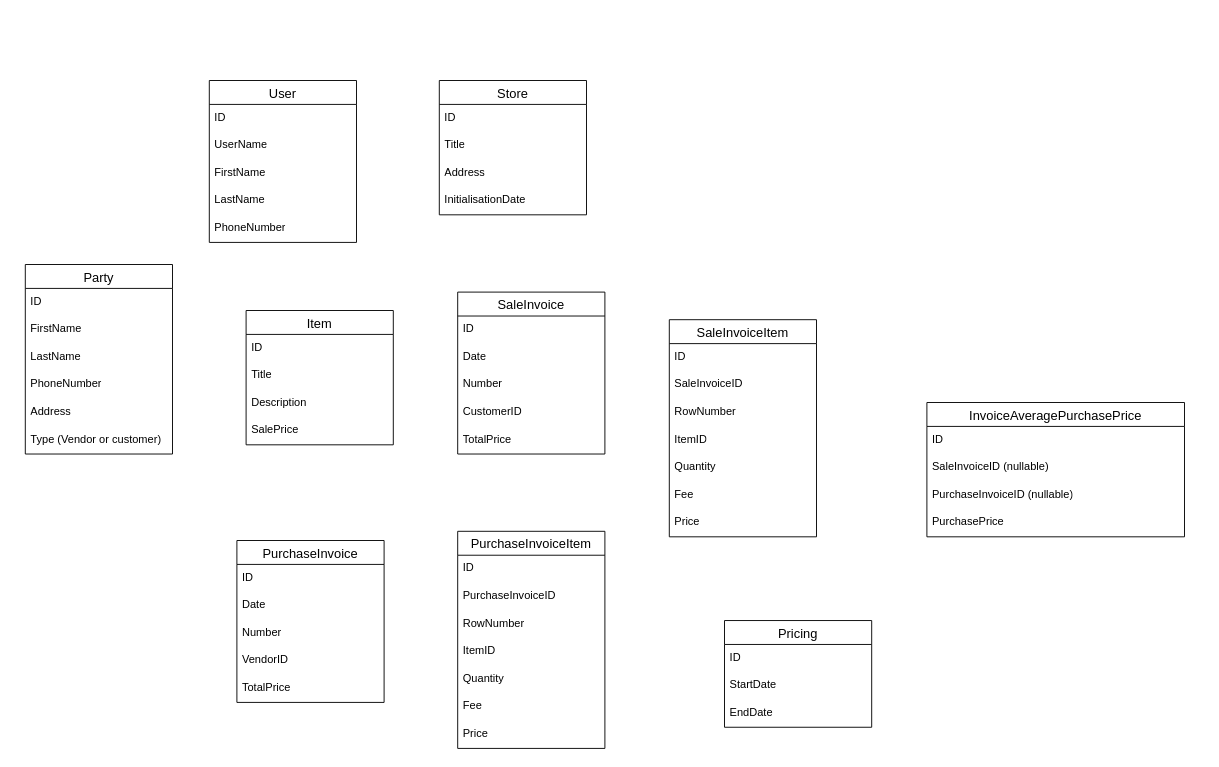
The draw.io diagram docs/erd.drawio in POSCrew/pos, before the edit. Source tidied: cells renumbered, new cells numbered last; positions are measured from the earlier drawing's top-left corner, leaving out a move shared by most shapes. Both pictures are drawn from the tidied source at 92%, with x=0, y=0 at pixel (25, 80).
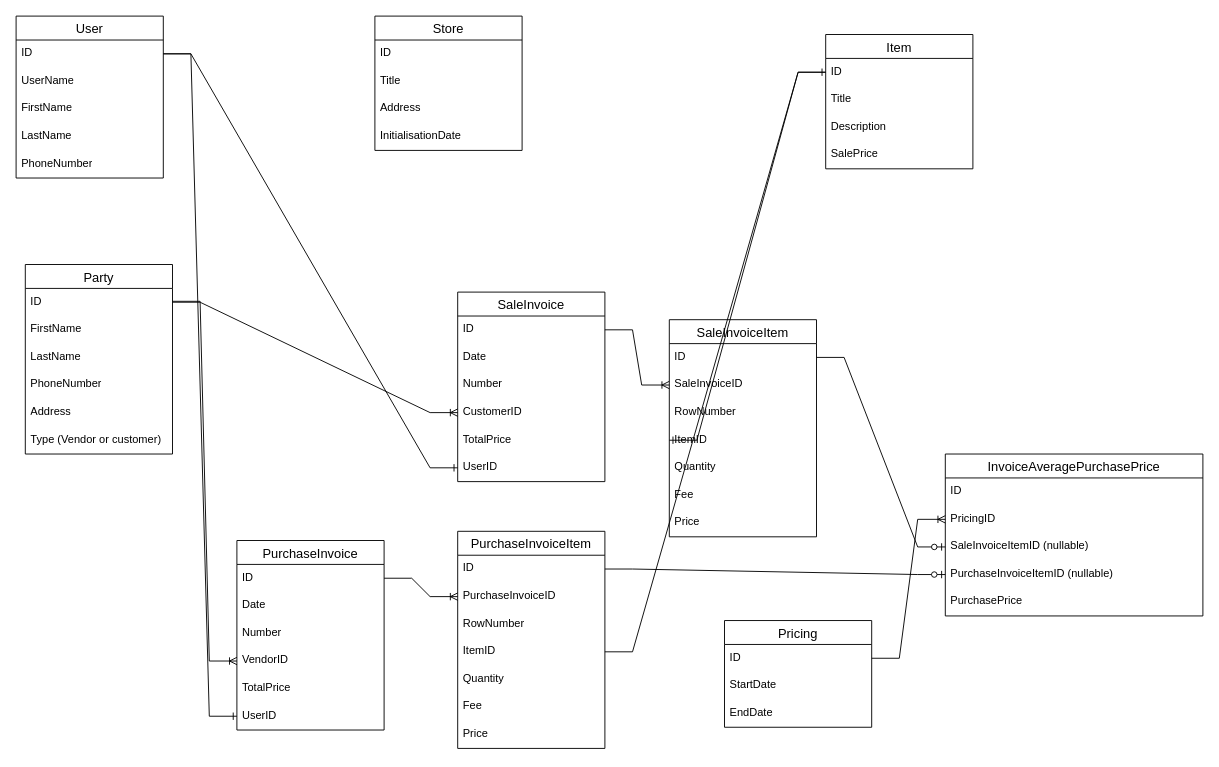
The same diagram, later.

The change refers to these unchanged cells:
```xml
<mxCell id="3" value="ID" style="text;strokeColor=none;fillColor=none;spacingLeft=4;spacingRight=4;overflow=hidden;points=[[0,0.5],[1,0.5]];portConstraint=eastwest;fontSize=12;whiteSpace=wrap;html=1;" parent="2" vertex="1">
  <mxGeometry y="26" width="160" height="30" as="geometry" />
</mxCell>
<mxCell id="14" value="ID" style="text;strokeColor=none;fillColor=none;spacingLeft=4;spacingRight=4;overflow=hidden;points=[[0,0.5],[1,0.5]];portConstraint=eastwest;fontSize=12;whiteSpace=wrap;html=1;" parent="13" vertex="1">
  <mxGeometry y="26" width="160" height="30" as="geometry" />
</mxCell>
<mxCell id="21" value="ID" style="text;strokeColor=none;fillColor=none;spacingLeft=4;spacingRight=4;overflow=hidden;points=[[0,0.5],[1,0.5]];portConstraint=eastwest;fontSize=12;whiteSpace=wrap;html=1;" parent="20" vertex="1">
  <mxGeometry y="26" width="160" height="30" as="geometry" />
</mxCell>
<mxCell id="26" value="ID" style="text;strokeColor=none;fillColor=none;spacingLeft=4;spacingRight=4;overflow=hidden;points=[[0,0.5],[1,0.5]];portConstraint=eastwest;fontSize=12;whiteSpace=wrap;html=1;" parent="25" vertex="1">
  <mxGeometry y="26" width="160" height="30" as="geometry" />
</mxCell>
<mxCell id="29" value="CustomerID" style="text;strokeColor=none;fillColor=none;spacingLeft=4;spacingRight=4;overflow=hidden;points=[[0,0.5],[1,0.5]];portConstraint=eastwest;fontSize=12;whiteSpace=wrap;html=1;" parent="25" vertex="1">
  <mxGeometry y="116" width="160" height="30" as="geometry" />
</mxCell>
<mxCell id="32" value="ID" style="text;strokeColor=none;fillColor=none;spacingLeft=4;spacingRight=4;overflow=hidden;points=[[0,0.5],[1,0.5]];portConstraint=eastwest;fontSize=12;whiteSpace=wrap;html=1;" parent="31" vertex="1">
  <mxGeometry y="26" width="160" height="30" as="geometry" />
</mxCell>
<mxCell id="33" value="SaleInvoiceID" style="text;strokeColor=none;fillColor=none;spacingLeft=4;spacingRight=4;overflow=hidden;points=[[0,0.5],[1,0.5]];portConstraint=eastwest;fontSize=12;whiteSpace=wrap;html=1;" parent="31" vertex="1">
  <mxGeometry y="56" width="160" height="30" as="geometry" />
</mxCell>
<mxCell id="35" value="ItemID" style="text;strokeColor=none;fillColor=none;spacingLeft=4;spacingRight=4;overflow=hidden;points=[[0,0.5],[1,0.5]];portConstraint=eastwest;fontSize=12;whiteSpace=wrap;html=1;" parent="31" vertex="1">
  <mxGeometry y="116" width="160" height="30" as="geometry" />
</mxCell>
<mxCell id="40" value="ID" style="text;strokeColor=none;fillColor=none;spacingLeft=4;spacingRight=4;overflow=hidden;points=[[0,0.5],[1,0.5]];portConstraint=eastwest;fontSize=12;whiteSpace=wrap;html=1;" parent="39" vertex="1">
  <mxGeometry y="26" width="160" height="30" as="geometry" />
</mxCell>
<mxCell id="43" value="Vendor&lt;span style=&quot;background-color: initial;&quot;&gt;ID&lt;/span&gt;" style="text;strokeColor=none;fillColor=none;spacingLeft=4;spacingRight=4;overflow=hidden;points=[[0,0.5],[1,0.5]];portConstraint=eastwest;fontSize=12;whiteSpace=wrap;html=1;" parent="39" vertex="1">
  <mxGeometry y="116" width="160" height="30" as="geometry" />
</mxCell>
<mxCell id="46" value="ID" style="text;strokeColor=none;fillColor=none;spacingLeft=4;spacingRight=4;overflow=hidden;points=[[0,0.5],[1,0.5]];portConstraint=eastwest;fontSize=12;whiteSpace=wrap;html=1;" parent="45" vertex="1">
  <mxGeometry y="26" width="160" height="30" as="geometry" />
</mxCell>
<mxCell id="47" value="PurchaseInvoiceID" style="text;strokeColor=none;fillColor=none;spacingLeft=4;spacingRight=4;overflow=hidden;points=[[0,0.5],[1,0.5]];portConstraint=eastwest;fontSize=12;whiteSpace=wrap;html=1;" parent="45" vertex="1">
  <mxGeometry y="56" width="160" height="30" as="geometry" />
</mxCell>
<mxCell id="49" value="ItemID" style="text;strokeColor=none;fillColor=none;spacingLeft=4;spacingRight=4;overflow=hidden;points=[[0,0.5],[1,0.5]];portConstraint=eastwest;fontSize=12;whiteSpace=wrap;html=1;" parent="45" vertex="1">
  <mxGeometry y="116" width="160" height="30" as="geometry" />
</mxCell>
<mxCell id="54" value="ID" style="text;strokeColor=none;fillColor=none;spacingLeft=4;spacingRight=4;overflow=hidden;points=[[0,0.5],[1,0.5]];portConstraint=eastwest;fontSize=12;whiteSpace=wrap;html=1;" parent="53" vertex="1">
  <mxGeometry y="26" width="160" height="30" as="geometry" />
</mxCell>
```

The edit, as a diff of the source:
```diff
@@
     <mxCell id="2" value="User" style="swimlane;fontStyle=0;horizontal=1;startSize=26;align=center;fontSize=14;" parent="1" vertex="1">
-      <mxGeometry x="200" width="160" height="176" as="geometry" />
+      <mxGeometry x="-10" y="-70" width="160" height="176" as="geometry" />
     </mxCell>
@@
     <mxCell id="8" value="Store" style="swimlane;fontStyle=0;horizontal=1;startSize=26;align=center;fontSize=14;" parent="1" vertex="1">
-      <mxGeometry x="450" width="160" height="146" as="geometry" />
+      <mxGeometry x="380" y="-70" width="160" height="146" as="geometry" />
     </mxCell>
@@
     <mxCell id="20" value="Item" style="swimlane;fontStyle=0;horizontal=1;startSize=26;align=center;fontSize=14;" parent="1" vertex="1">
-      <mxGeometry x="240" y="250" width="160" height="146" as="geometry" />
+      <mxGeometry x="870" y="-50" width="160" height="146" as="geometry" />
     </mxCell>
@@
     <mxCell id="25" value="SaleInvoice" style="swimlane;fontStyle=0;horizontal=1;startSize=26;align=center;fontSize=14;" parent="1" vertex="1">
-      <mxGeometry x="470" y="230" width="160" height="176" as="geometry" />
+      <mxGeometry x="470" y="230" width="160" height="206" as="geometry" />
     </mxCell>
@@
+    <mxCell id="62" value="UserID" style="text;strokeColor=none;fillColor=none;spacingLeft=4;spacingRight=4;overflow=hidden;points=[[0,0.5],[1,0.5]];portConstraint=eastwest;fontSize=12;whiteSpace=wrap;html=1;" parent="25" vertex="1">
+      <mxGeometry y="176" width="160" height="30" as="geometry" />
+    </mxCell>
@@
     <mxCell id="39" value="PurchaseInvoice" style="swimlane;fontStyle=0;horizontal=1;startSize=26;align=center;fontSize=14;" parent="1" vertex="1">
-      <mxGeometry x="230" y="500" width="160" height="176" as="geometry" />
+      <mxGeometry x="230" y="500" width="160" height="206" as="geometry" />
     </mxCell>
@@
+    <mxCell id="63" value="UserID" style="text;strokeColor=none;fillColor=none;spacingLeft=4;spacingRight=4;overflow=hidden;points=[[0,0.5],[1,0.5]];portConstraint=eastwest;fontSize=12;whiteSpace=wrap;html=1;" parent="39" vertex="1">
+      <mxGeometry y="176" width="160" height="30" as="geometry" />
+    </mxCell>
@@
     <mxCell id="57" value="InvoiceAveragePurchasePrice" style="swimlane;fontStyle=0;horizontal=1;startSize=26;align=center;fontSize=14;" parent="1" vertex="1">
-      <mxGeometry x="980" y="350" width="280" height="146" as="geometry" />
+      <mxGeometry x="1000" y="406" width="280" height="176" as="geometry" />
     </mxCell>
@@
+    <mxCell id="64" value="PricingID" style="text;strokeColor=none;fillColor=none;spacingLeft=4;spacingRight=4;overflow=hidden;points=[[0,0.5],[1,0.5]];portConstraint=eastwest;fontSize=12;whiteSpace=wrap;html=1;" parent="57" vertex="1">
+      <mxGeometry y="56" width="280" height="30" as="geometry" />
+    </mxCell>
-    <mxCell id="59" value="SaleInvoiceID (nullable)" style="text;strokeColor=none;fillColor=none;spacingLeft=4;spacingRight=4;overflow=hidden;points=[[0,0.5],[1,0.5]];portConstraint=eastwest;fontSize=12;whiteSpace=wrap;html=1;" parent="57" vertex="1">
-      <mxGeometry y="56" width="280" height="30" as="geometry" />
+    <mxCell id="59" value="SaleInvoiceItemID (nullable)" style="text;strokeColor=none;fillColor=none;spacingLeft=4;spacingRight=4;overflow=hidden;points=[[0,0.5],[1,0.5]];portConstraint=eastwest;fontSize=12;whiteSpace=wrap;html=1;" parent="57" vertex="1">
+      <mxGeometry y="86" width="280" height="30" as="geometry" />
     </mxCell>
-    <mxCell id="60" value="PurchaseInvoiceID (nullable)" style="text;strokeColor=none;fillColor=none;spacingLeft=4;spacingRight=4;overflow=hidden;points=[[0,0.5],[1,0.5]];portConstraint=eastwest;fontSize=12;whiteSpace=wrap;html=1;" parent="57" vertex="1">
-      <mxGeometry y="86" width="280" height="30" as="geometry" />
+    <mxCell id="60" value="PurchaseInvoiceItemID (nullable)" style="text;strokeColor=none;fillColor=none;spacingLeft=4;spacingRight=4;overflow=hidden;points=[[0,0.5],[1,0.5]];portConstraint=eastwest;fontSize=12;whiteSpace=wrap;html=1;" parent="57" vertex="1">
+      <mxGeometry y="116" width="280" height="30" as="geometry" />
     </mxCell>
     <mxCell id="61" value="PurchasePrice&amp;nbsp;" style="text;strokeColor=none;fillColor=none;spacingLeft=4;spacingRight=4;overflow=hidden;fontSize=12;whiteSpace=wrap;html=1;" parent="57" vertex="1">
-      <mxGeometry y="116" width="280" height="30" as="geometry" />
+      <mxGeometry y="146" width="280" height="30" as="geometry" />
     </mxCell>
+    <mxCell id="65" style="edgeStyle=entityRelationEdgeStyle;fontSize=12;html=1;endArrow=ERoneToMany;rounded=0;exitX=1;exitY=0.5;exitDx=0;exitDy=0;entryX=0;entryY=0.5;entryDx=0;entryDy=0;" parent="1" edge="1" source="14" target="29">
+      <mxGeometry relative="1" as="geometry" />
+    </mxCell>
+    <mxCell id="66" style="edgeStyle=entityRelationEdgeStyle;fontSize=12;html=1;endArrow=ERoneToMany;rounded=0;entryX=0;entryY=0.5;entryDx=0;entryDy=0;" parent="1" edge="1" target="43">
+      <mxGeometry relative="1" as="geometry">
+        <mxPoint x="160" y="240" as="sourcePoint" />
+        <Array as="points">
+          <mxPoint x="-70" y="260" />
+          <mxPoint x="180" y="310" />
+          <mxPoint x="210" y="310" />
+          <mxPoint x="270" y="380" />
+          <mxPoint x="-200" y="250" />
+        </Array>
+      </mxGeometry>
+    </mxCell>
+    <mxCell id="67" style="edgeStyle=entityRelationEdgeStyle;fontSize=12;html=1;endArrow=ERone;endFill=1;rounded=0;entryX=0;entryY=0.5;entryDx=0;entryDy=0;exitX=0;exitY=0.5;exitDx=0;exitDy=0;" parent="1" edge="1" source="21" target="35">
+      <mxGeometry relative="1" as="geometry">
+        <Array as="points">
+          <mxPoint x="660" y="370" />
+          <mxPoint x="680" y="200" />
+          <mxPoint x="670" y="190" />
+        </Array>
+      </mxGeometry>
+    </mxCell>
+    <mxCell id="68" style="edgeStyle=entityRelationEdgeStyle;fontSize=12;html=1;endArrow=ERoneToMany;rounded=0;exitX=1;exitY=0.5;exitDx=0;exitDy=0;entryX=0;entryY=0.5;entryDx=0;entryDy=0;" parent="1" edge="1" source="26" target="33">
+      <mxGeometry relative="1" as="geometry" />
+    </mxCell>
+    <mxCell id="69" style="edgeStyle=entityRelationEdgeStyle;fontSize=12;html=1;endArrow=ERzeroToOne;endFill=1;rounded=0;entryX=0;entryY=0.5;entryDx=0;entryDy=0;exitX=1;exitY=0.5;exitDx=0;exitDy=0;" parent="1" edge="1" source="32" target="59">
+      <mxGeometry relative="1" as="geometry">
+        <Array as="points">
+          <mxPoint x="860" y="310" />
+        </Array>
+      </mxGeometry>
+    </mxCell>
+    <mxCell id="70" style="edgeStyle=entityRelationEdgeStyle;fontSize=12;html=1;endArrow=ERzeroToOne;endFill=1;rounded=0;entryX=0;entryY=0.5;entryDx=0;entryDy=0;exitX=1;exitY=0.5;exitDx=0;exitDy=0;" parent="1" edge="1" source="46" target="60">
+      <mxGeometry relative="1" as="geometry">
+        <Array as="points">
+          <mxPoint x="950" y="520" />
+        </Array>
+      </mxGeometry>
+    </mxCell>
+    <mxCell id="71" style="edgeStyle=entityRelationEdgeStyle;fontSize=12;html=1;endArrow=ERoneToMany;rounded=0;entryX=0;entryY=0.5;entryDx=0;entryDy=0;exitX=1;exitY=0.5;exitDx=0;exitDy=0;" parent="1" edge="1" source="54" target="64">
+      <mxGeometry relative="1" as="geometry" />
+    </mxCell>
+    <mxCell id="72" style="edgeStyle=entityRelationEdgeStyle;fontSize=12;html=1;endArrow=ERoneToMany;rounded=0;exitX=1;exitY=0.5;exitDx=0;exitDy=0;entryX=0;entryY=0.5;entryDx=0;entryDy=0;" parent="1" edge="1" source="40" target="47">
+      <mxGeometry relative="1" as="geometry">
+        <Array as="points">
+          <mxPoint x="630" y="660" />
+          <mxPoint x="630" y="640" />
+          <mxPoint x="630" y="550" />
+        </Array>
+      </mxGeometry>
+    </mxCell>
+    <mxCell id="73" style="edgeStyle=entityRelationEdgeStyle;fontSize=12;html=1;endArrow=ERone;endFill=1;rounded=0;exitX=1;exitY=0.5;exitDx=0;exitDy=0;entryX=0;entryY=0.5;entryDx=0;entryDy=0;" parent="1" edge="1" source="49" target="21">
+      <mxGeometry relative="1" as="geometry">
+        <Array as="points">
+          <mxPoint x="820" y="50" />
+          <mxPoint x="650" y="150" />
+          <mxPoint x="640" y="100" />
+        </Array>
+      </mxGeometry>
+    </mxCell>
+    <mxCell id="74" style="edgeStyle=entityRelationEdgeStyle;fontSize=12;html=1;endArrow=ERone;endFill=1;rounded=0;entryX=0;entryY=0.5;entryDx=0;entryDy=0;exitX=1;exitY=0.5;exitDx=0;exitDy=0;" parent="1" edge="1" source="3" target="62">
+      <mxGeometry relative="1" as="geometry" />
+    </mxCell>
+    <mxCell id="75" style="edgeStyle=entityRelationEdgeStyle;fontSize=12;html=1;endArrow=ERone;endFill=1;rounded=0;entryX=0;entryY=0.5;entryDx=0;entryDy=0;exitX=1;exitY=0.5;exitDx=0;exitDy=0;" parent="1" edge="1" source="3" target="63">
+      <mxGeometry relative="1" as="geometry" />
+    </mxCell>
```
